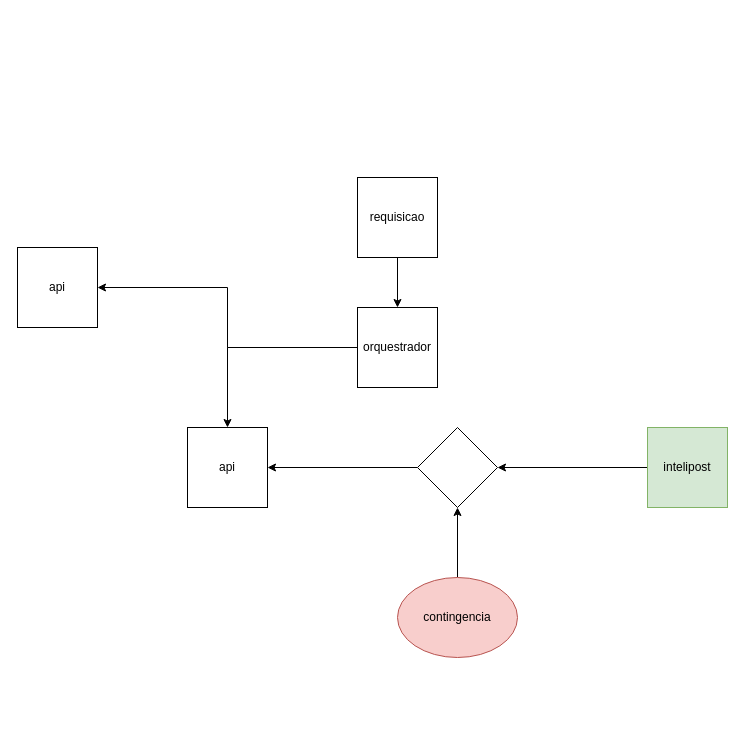
The draw.io diagram src/testes/Untitled Diagram.drawio in carlospc1978/apague, before the edit. Source tidied: cells renumbered, new cells numbered last; positions are measured from the earlier drawing's top-left corner, leaving out a move shared by most shapes. Both pictures are drawn from the tidied source at 100%, with x=0, y=0 at pixel (17, 177).
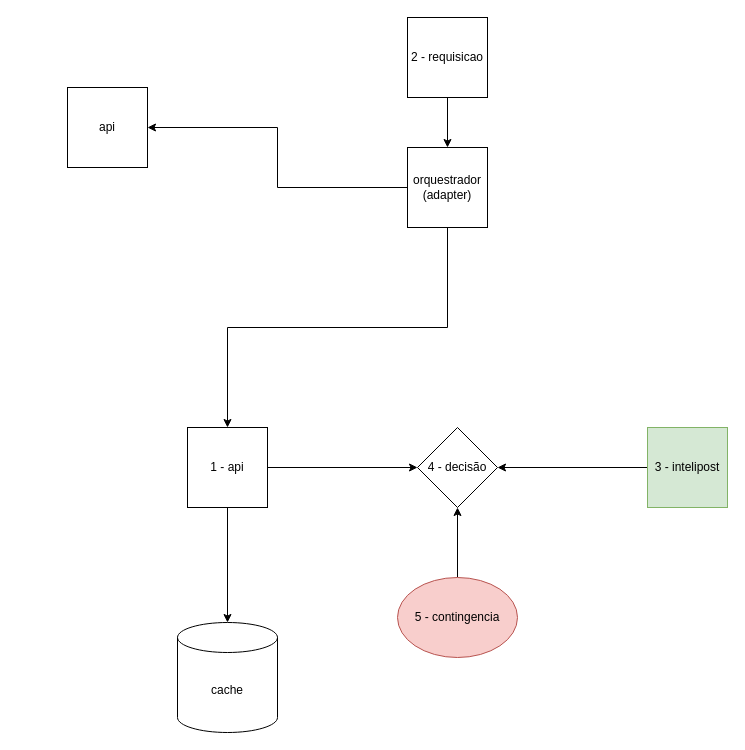
Above is the later version.

Diff of the diagram source:
```diff
@@
 <mxGraphModel>
   <root>
     <mxCell id="0" />
     <mxCell id="1" parent="0" />
     <mxCell id="2" style="edgeStyle=orthogonalEdgeStyle;rounded=0;jettySize=auto;html=1;entryX=1;entryY=0.5;entryDx=0;entryDy=0;" parent="1" edge="1" source="3" target="12">
       <mxGeometry relative="1" as="geometry" />
     </mxCell>
-    <mxCell id="3" value="intelipost" style="whiteSpace=wrap;html=1;fillColor=#d5e8d4;strokeColor=#82b366;" parent="1" vertex="1">
+    <mxCell id="3" value="3 - intelipost" style="whiteSpace=wrap;html=1;fillColor=#d5e8d4;strokeColor=#82b366;" parent="1" vertex="1">
       <mxGeometry x="630" y="250" width="80" height="80" as="geometry" />
     </mxCell>
     <mxCell id="4" style="edgeStyle=orthogonalEdgeStyle;rounded=0;jettySize=auto;html=1;entryX=0.5;entryY=0;entryDx=0;entryDy=0;" parent="1" edge="1" source="5" target="9">
       <mxGeometry relative="1" as="geometry" />
     </mxCell>
-    <mxCell id="5" value="requisicao" style="whiteSpace=wrap;html=1;" parent="1" vertex="1">
-      <mxGeometry x="340" width="80" height="80" as="geometry" />
+    <mxCell id="5" value="2 - requisicao" style="whiteSpace=wrap;html=1;" parent="1" vertex="1">
+      <mxGeometry x="390" y="-160" width="80" height="80" as="geometry" />
     </mxCell>
+    <mxCell id="15" style="edgeStyle=orthogonalEdgeStyle;rounded=0;jettySize=auto;html=1;" parent="1" edge="1" source="6" target="17">
+      <mxGeometry relative="1" as="geometry" />
+    </mxCell>
+    <mxCell id="16" style="edgeStyle=orthogonalEdgeStyle;rounded=0;jettySize=auto;html=1;entryX=0;entryY=0.5;entryDx=0;entryDy=0;" parent="1" edge="1" source="6" target="12">
+      <mxGeometry relative="1" as="geometry" />
+    </mxCell>
-    <mxCell id="6" value="api" style="whiteSpace=wrap;html=1;" parent="1" vertex="1">
+    <mxCell id="6" value="1 - api" style="whiteSpace=wrap;html=1;" parent="1" vertex="1">
       <mxGeometry x="170" y="250" width="80" height="80" as="geometry" />
     </mxCell>
-    <mxCell id="7" style="edgeStyle=orthogonalEdgeStyle;rounded=0;jettySize=auto;html=1;entryX=0.5;entryY=0;entryDx=0;entryDy=0;" parent="1" edge="1" source="9" target="6">
+    <mxCell id="7" style="edgeStyle=orthogonalEdgeStyle;rounded=0;jettySize=auto;html=1;entryX=0.5;entryY=0;entryDx=0;entryDy=0;exitX=0.5;exitY=1;exitDx=0;exitDy=0;" parent="1" edge="1" source="9" target="6">
       <mxGeometry relative="1" as="geometry" />
     </mxCell>
     <mxCell id="8" style="edgeStyle=orthogonalEdgeStyle;rounded=0;jettySize=auto;html=1;entryX=1;entryY=0.5;entryDx=0;entryDy=0;" parent="1" edge="1" source="9" target="10">
       <mxGeometry relative="1" as="geometry" />
     </mxCell>
-    <mxCell id="9" value="orquestrador" style="whiteSpace=wrap;html=1;" parent="1" vertex="1">
-      <mxGeometry x="340" y="130" width="80" height="80" as="geometry" />
+    <mxCell id="9" value="orquestrador (adapter)" style="whiteSpace=wrap;html=1;" parent="1" vertex="1">
+      <mxGeometry x="390" y="-30" width="80" height="80" as="geometry" />
     </mxCell>
     <mxCell id="10" value="api" style="whiteSpace=wrap;html=1;" parent="1" vertex="1">
-      <mxGeometry y="70" width="80" height="80" as="geometry" />
+      <mxGeometry x="50" y="-90" width="80" height="80" as="geometry" />
     </mxCell>
-    <mxCell id="11" style="edgeStyle=orthogonalEdgeStyle;rounded=0;jettySize=auto;html=1;exitX=0;exitY=0.5;exitDx=0;exitDy=0;entryX=1;entryY=0.5;entryDx=0;entryDy=0;" parent="1" edge="1" source="12" target="6">
-      <mxGeometry relative="1" as="geometry" />
-    </mxCell>
-    <mxCell id="12" style="rhombus;whiteSpace=wrap;html=1;" parent="1" vertex="1">
+    <mxCell id="12" value="4 - decisão" style="rhombus;whiteSpace=wrap;html=1;" parent="1" vertex="1">
       <mxGeometry x="400" y="250" width="80" height="80" as="geometry" />
     </mxCell>
     <mxCell id="13" style="edgeStyle=orthogonalEdgeStyle;rounded=0;jettySize=auto;html=1;entryX=0.5;entryY=1;entryDx=0;entryDy=0;" parent="1" edge="1" source="14" target="12">
       <mxGeometry relative="1" as="geometry" />
     </mxCell>
-    <mxCell id="14" value="contingencia" style="ellipse;whiteSpace=wrap;html=1;fillColor=#f8cecc;strokeColor=#b85450;" parent="1" vertex="1">
+    <mxCell id="14" value="5 - contingencia" style="ellipse;whiteSpace=wrap;html=1;fillColor=#f8cecc;strokeColor=#b85450;" parent="1" vertex="1">
       <mxGeometry x="380" y="400" width="120" height="80" as="geometry" />
     </mxCell>
+    <mxCell id="17" value="cache" style="shape=cylinder3;whiteSpace=wrap;html=1;boundedLbl=1;backgroundOutline=1;size=15;" parent="1" vertex="1">
+      <mxGeometry x="160" y="445" width="100" height="110" as="geometry" />
+    </mxCell>
   </root>
 </mxGraphModel>
```
